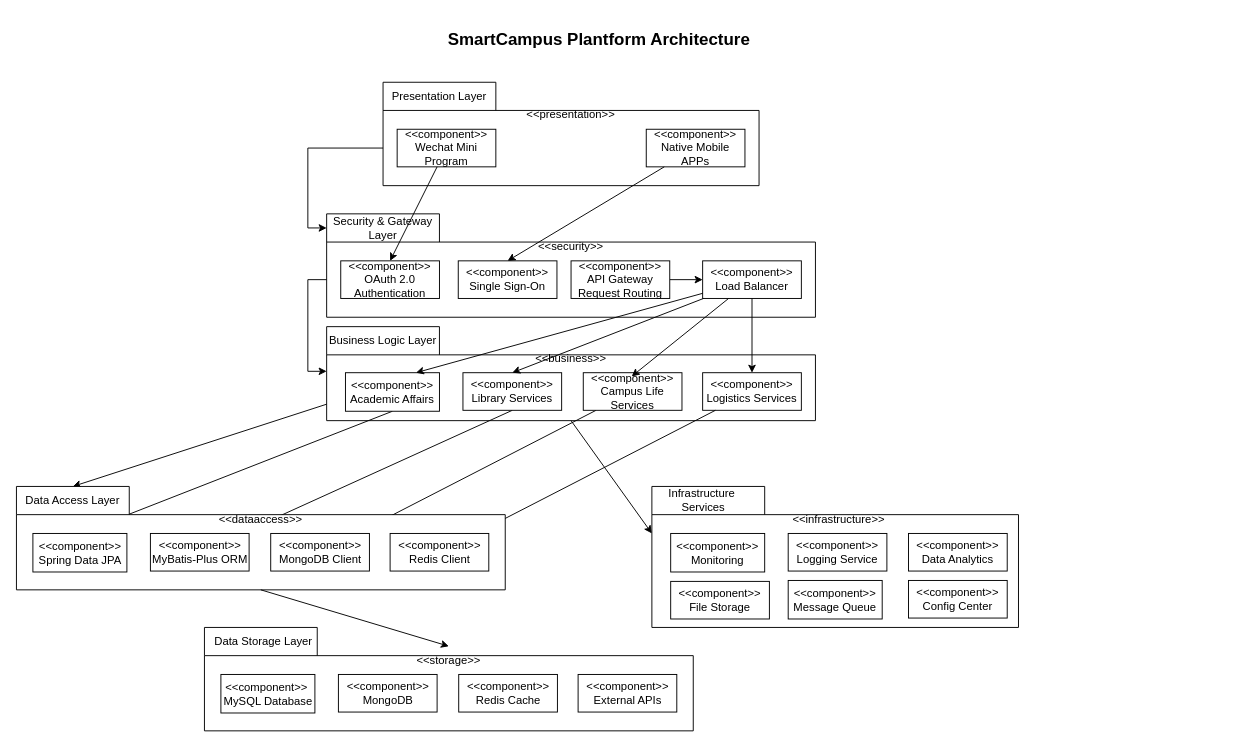
Earlier version of the draw.io diagram Assignment2/models/architecture_uml.drawio (qianlinnian/se_sad_project). Source tidied: cells renumbered, new cells numbered last; positions are measured from the earlier drawing's top-left corner, leaving out a move shared by most shapes. Both pictures are drawn from the tidied source at 94%, with x=0, y=0 at pixel (16, 16).
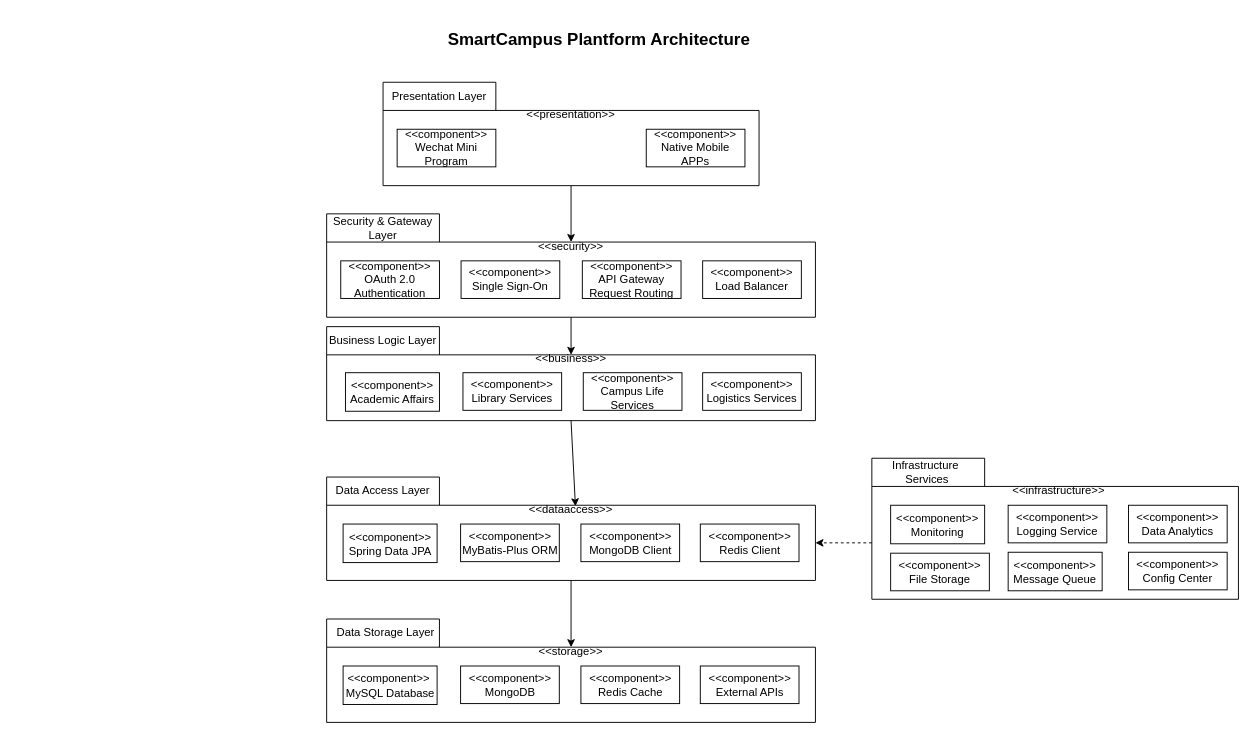
The same diagram, later.

Unchanged cells that the change refers to:
```xml
<mxCell id="2" style="shape=folder;fontStyle=1;spacingTop=10;tabWidth=120;tabHeight=30;tabPosition=left;html=1;whiteSpace=wrap;" parent="1" vertex="1">
  <mxGeometry x="330" y="330" width="520" height="100" as="geometry" />
</mxCell>
<mxCell id="5" style="shape=folder;fontStyle=1;spacingTop=10;tabWidth=120;tabHeight=30;tabPosition=left;html=1;whiteSpace=wrap;" parent="4" vertex="1">
  <mxGeometry width="400" height="110" as="geometry" />
</mxCell>
<mxCell id="8" value="&amp;lt;&amp;lt;component&amp;gt;&amp;gt;&lt;div&gt;Wechat Mini Program&lt;/div&gt;" style="rounded=0;whiteSpace=wrap;html=1;" parent="4" vertex="1">
  <mxGeometry x="15" y="50" width="105" height="40" as="geometry" />
</mxCell>
<mxCell id="9" value="&amp;lt;&amp;lt;component&amp;gt;&amp;gt;&lt;div&gt;Native Mobile APPs&lt;/div&gt;" style="rounded=0;whiteSpace=wrap;html=1;" parent="4" vertex="1">
  <mxGeometry x="280" y="50" width="105" height="40" as="geometry" />
</mxCell>
<mxCell id="10" style="group;" parent="1" vertex="1">
  <mxGeometry x="330" y="210" width="520" height="110" as="geometry" />
</mxCell>
<mxCell id="11" style="shape=folder;fontStyle=1;spacingTop=10;tabWidth=120;tabHeight=30;tabPosition=left;html=1;whiteSpace=wrap;" parent="10" vertex="1">
  <mxGeometry width="520" height="110" as="geometry" />
</mxCell>
<mxCell id="12" value="Security &amp;amp; Gateway Layer" style="text;html=1;whiteSpace=wrap;strokeColor=none;fillColor=none;align=center;verticalAlign=middle;rounded=0;" parent="10" vertex="1">
  <mxGeometry width="120" height="30" as="geometry" />
</mxCell>
<mxCell id="14" value="&amp;lt;&amp;lt;component&amp;gt;&amp;gt;&lt;div&gt;OAuth 2.0 Authentication&lt;/div&gt;" style="rounded=0;whiteSpace=wrap;html=1;" parent="10" vertex="1">
  <mxGeometry x="15" y="50" width="105" height="40" as="geometry" />
</mxCell>
<mxCell id="18" value="&amp;lt;&amp;lt;component&amp;gt;&amp;gt; Load Balancer" style="rounded=0;whiteSpace=wrap;html=1;" parent="10" vertex="1">
  <mxGeometry x="400" y="50" width="105" height="40" as="geometry" />
</mxCell>
<mxCell id="32" value="&amp;lt;&amp;lt;component&amp;gt;&amp;gt; Campus Life Services" style="rounded=0;whiteSpace=wrap;html=1;" parent="1" vertex="1">
  <mxGeometry x="603" y="379" width="105" height="40" as="geometry" />
</mxCell>
<mxCell id="34" value="&amp;lt;&amp;lt;component&amp;gt;&amp;gt;&lt;div&gt;Library Services&lt;/div&gt;" style="rounded=0;whiteSpace=wrap;html=1;" parent="1" vertex="1">
  <mxGeometry x="475" y="379" width="105" height="40" as="geometry" />
</mxCell>
<mxCell id="36" value="&amp;lt;&amp;lt;component&amp;gt;&amp;gt; Academic Affairs" style="rounded=0;whiteSpace=wrap;html=1;" parent="1" vertex="1">
  <mxGeometry x="350" y="379" width="100" height="41" as="geometry" />
</mxCell>
<mxCell id="49" style="shape=folder;fontStyle=1;spacingTop=10;tabWidth=120;tabHeight=30;tabPosition=left;html=1;whiteSpace=wrap;" parent="48" vertex="1">
  <mxGeometry width="520" height="110" as="geometry" />
</mxCell>
<mxCell id="50" value="Data Access Layer" style="text;html=1;whiteSpace=wrap;strokeColor=none;fillColor=none;align=center;verticalAlign=middle;rounded=0;" parent="48" vertex="1">
  <mxGeometry width="120" height="30" as="geometry" />
</mxCell>
<mxCell id="52" value="&amp;lt;&amp;lt;component&amp;gt;&amp;gt;&lt;br&gt;Redis Client" style="rounded=0;whiteSpace=wrap;html=1;" parent="48" vertex="1">
  <mxGeometry x="397.5" y="50" width="105" height="40" as="geometry" />
</mxCell>
<mxCell id="53" value="&amp;lt;&amp;lt;component&amp;gt;&amp;gt; MongoDB Client" style="rounded=0;whiteSpace=wrap;html=1;" parent="48" vertex="1">
  <mxGeometry x="270.5" y="50" width="105" height="40" as="geometry" />
</mxCell>
<mxCell id="54" value="&amp;lt;&amp;lt;component&amp;gt;&amp;gt;&lt;div&gt;MyBatis-Plus ORM&lt;/div&gt;" style="rounded=0;whiteSpace=wrap;html=1;" parent="48" vertex="1">
  <mxGeometry x="142.5" y="50" width="105" height="40" as="geometry" />
</mxCell>
<mxCell id="55" value="&amp;lt;&amp;lt;component&amp;gt;&amp;gt; Spring Data JPA" style="rounded=0;whiteSpace=wrap;html=1;" parent="48" vertex="1">
  <mxGeometry x="17.5" y="50" width="100" height="41" as="geometry" />
</mxCell>
```

What changed in the source:
```diff
@@
     <mxCell id="15" value="&amp;lt;&amp;lt;component&amp;gt;&amp;gt;&lt;div&gt;Single Sign-On&lt;/div&gt;" style="rounded=0;whiteSpace=wrap;html=1;" parent="10" vertex="1">
-      <mxGeometry x="140" y="50" width="105" height="40" as="geometry" />
+      <mxGeometry x="143" y="50" width="105" height="40" as="geometry" />
     </mxCell>
-    <mxCell id="16" style="edgeStyle=orthogonalEdgeStyle;rounded=0;jettySize=auto;html=1;exitX=1;exitY=0.5;exitDx=0;exitDy=0;entryX=0;entryY=0.5;entryDx=0;entryDy=0;" parent="10" edge="1" source="17" target="18">
-      <mxGeometry relative="1" as="geometry" />
-    </mxCell>
     <mxCell id="17" value="&amp;lt;&amp;lt;component&amp;gt;&amp;gt;&lt;div&gt;API Gateway Request Routing&lt;/div&gt;" style="rounded=0;whiteSpace=wrap;html=1;" parent="10" vertex="1">
-      <mxGeometry x="260" y="50" width="105" height="40" as="geometry" />
+      <mxGeometry x="272" y="50" width="105" height="40" as="geometry" />
     </mxCell>
@@
-    <mxCell id="19" style="group;" parent="1" vertex="1">
-      <mxGeometry x="330" y="330" width="600" height="110" as="geometry" />
-    </mxCell>
-    <mxCell id="20" value="Business Logic Layer" style="text;html=1;whiteSpace=wrap;strokeColor=none;fillColor=none;align=center;verticalAlign=middle;rounded=0;" parent="19" vertex="1">
-      <mxGeometry x="-30" width="180" height="30" as="geometry" />
-    </mxCell>
-    <mxCell id="21" value="&amp;lt;&amp;lt;business&amp;gt;&amp;gt;" style="text;html=1;whiteSpace=wrap;strokeColor=none;fillColor=none;align=center;verticalAlign=middle;rounded=0;" parent="19" vertex="1">
-      <mxGeometry y="19" width="520" height="30" as="geometry" />
-    </mxCell>
-    <mxCell id="22" value="&amp;lt;&amp;lt;component&amp;gt;&amp;gt;&lt;br&gt;Logistics Services" style="rounded=0;whiteSpace=wrap;html=1;" parent="19" vertex="1">
-      <mxGeometry x="400" y="49" width="105" height="40" as="geometry" />
-    </mxCell>
     <mxCell id="23" style="group;" parent="1" vertex="1">
-      <mxGeometry x="200" y="650" width="520" height="110" as="geometry" />
+      <mxGeometry x="330" y="641" width="520" height="110" as="geometry" />
     </mxCell>
@@
     <mxCell id="26" value="&amp;lt;&amp;lt;storage&amp;gt;&amp;gt;" style="text;html=1;whiteSpace=wrap;strokeColor=none;fillColor=none;align=center;verticalAlign=middle;rounded=0;" parent="23" vertex="1">
-      <mxGeometry y="20" width="520" height="30" as="geometry" />
+      <mxGeometry x="150" y="20" width="220" height="30" as="geometry" />
     </mxCell>
@@
-    <mxCell id="31" style="rounded=0;jettySize=auto;html=1;" parent="1" edge="1" source="32" target="53">
-      <mxGeometry relative="1" as="geometry" />
-    </mxCell>
@@
-    <mxCell id="33" style="rounded=0;jettySize=auto;html=1;exitX=0.5;exitY=1;exitDx=0;exitDy=0;" parent="1" edge="1" source="34" target="54">
-      <mxGeometry relative="1" as="geometry" />
-    </mxCell>
@@
-    <mxCell id="35" style="rounded=0;jettySize=auto;html=1;exitX=0.5;exitY=1;exitDx=0;exitDy=0;entryX=0.5;entryY=0;entryDx=0;entryDy=0;" parent="1" edge="1" source="36" target="55">
-      <mxGeometry relative="1" as="geometry" />
-    </mxCell>
@@
-    <mxCell id="37" style="rounded=0;jettySize=auto;html=1;entryX=0.5;entryY=0;entryDx=0;entryDy=0;" parent="1" edge="1" source="8" target="14">
-      <mxGeometry relative="1" as="geometry" />
-    </mxCell>
-    <mxCell id="38" style="rounded=0;jettySize=auto;html=1;entryX=0.5;entryY=0;entryDx=0;entryDy=0;" parent="1" edge="1" source="9" target="15">
-      <mxGeometry relative="1" as="geometry" />
-    </mxCell>
-    <mxCell id="39" style="edgeStyle=orthogonalEdgeStyle;rounded=0;jettySize=auto;html=1;exitX=0;exitY=0;exitDx=0;exitDy=70;entryX=0;entryY=0.5;entryDx=0;entryDy=0;exitPerimeter=0;" parent="1" edge="1" source="5" target="12">
-      <mxGeometry relative="1" as="geometry" />
+    <mxCell id="39" style="edgeStyle=orthogonalEdgeStyle;rounded=0;jettySize=auto;html=1;" parent="1" edge="1" source="5">
+      <mxGeometry relative="1" as="geometry">
+        <mxPoint x="590" y="240" as="targetPoint" />
+      </mxGeometry>
     </mxCell>
-    <mxCell id="40" style="edgeStyle=orthogonalEdgeStyle;rounded=0;jettySize=auto;html=1;entryX=0;entryY=0;entryDx=0;entryDy=47.5;entryPerimeter=0;exitX=0;exitY=0;exitDx=0;exitDy=70;exitPerimeter=0;" parent="1" edge="1" source="11" target="2">
-      <mxGeometry relative="1" as="geometry" />
+    <mxCell id="40" style="edgeStyle=orthogonalEdgeStyle;rounded=0;jettySize=auto;html=1;" parent="1" edge="1" source="11">
+      <mxGeometry relative="1" as="geometry">
+        <mxPoint x="590" y="360" as="targetPoint" />
+      </mxGeometry>
     </mxCell>
-    <mxCell id="41" style="rounded=0;jettySize=auto;html=1;entryX=0.5;entryY=0;entryDx=0;entryDy=0;exitX=0;exitY=0;exitDx=0;exitDy=82.5;exitPerimeter=0;" parent="1" edge="1" source="2" target="50">
+    <mxCell id="41" style="rounded=0;jettySize=auto;html=1;entryX=0.509;entryY=0.283;entryDx=0;entryDy=0;entryPerimeter=0;exitX=0.5;exitY=1;exitDx=0;exitDy=0;exitPerimeter=0;" parent="1" edge="1" source="2" target="49">
       <mxGeometry relative="1" as="geometry" />
     </mxCell>
-    <mxCell id="42" style="rounded=0;jettySize=auto;html=1;entryX=0;entryY=0;entryDx=0;entryDy=50;entryPerimeter=0;exitX=0.5;exitY=1;exitDx=0;exitDy=0;exitPerimeter=0;" parent="1" edge="1" source="2" target="57">
-      <mxGeometry relative="1" as="geometry" />
-    </mxCell>
-    <mxCell id="43" style="rounded=0;jettySize=auto;html=1;" parent="1" edge="1" source="22" target="52">
-      <mxGeometry relative="1" as="geometry" />
-    </mxCell>
-    <mxCell id="44" style="rounded=0;jettySize=auto;html=1;entryX=0.75;entryY=0;entryDx=0;entryDy=0;" parent="1" edge="1" source="18" target="36">
-      <mxGeometry relative="1" as="geometry" />
-    </mxCell>
-    <mxCell id="45" style="rounded=0;jettySize=auto;html=1;entryX=0.5;entryY=0;entryDx=0;entryDy=0;" parent="1" edge="1" source="18" target="34">
-      <mxGeometry relative="1" as="geometry" />
-    </mxCell>
-    <mxCell id="46" style="rounded=0;jettySize=auto;html=1;entryX=0.624;entryY=1.131;entryDx=0;entryDy=0;entryPerimeter=0;" parent="1" edge="1" source="18" target="21">
-      <mxGeometry relative="1" as="geometry" />
-    </mxCell>
-    <mxCell id="47" style="rounded=0;jettySize=auto;html=1;" parent="1" edge="1" source="18" target="22">
-      <mxGeometry relative="1" as="geometry" />
-    </mxCell>
     <mxCell id="48" style="group;" parent="1" vertex="1">
-      <mxGeometry y="500" width="520" height="110" as="geometry" />
+      <mxGeometry x="330" y="490" width="520" height="110" as="geometry" />
     </mxCell>
@@
-    <mxCell id="56" style="rounded=0;jettySize=auto;html=1;exitX=0.5;exitY=1;exitDx=0;exitDy=0;exitPerimeter=0;entryX=0.5;entryY=0;entryDx=0;entryDy=0;" parent="1" edge="1" source="49" target="26">
-      <mxGeometry relative="1" as="geometry" />
+    <mxCell id="56" style="rounded=0;jettySize=auto;html=1;exitX=0.5;exitY=1;exitDx=0;exitDy=0;exitPerimeter=0;" parent="1" edge="1" source="49">
+      <mxGeometry relative="1" as="geometry">
+        <mxPoint x="590" y="671" as="targetPoint" />
+      </mxGeometry>
     </mxCell>
     <mxCell id="57" style="shape=folder;fontStyle=1;spacingTop=10;tabWidth=120;tabHeight=30;tabPosition=left;html=1;whiteSpace=wrap;" parent="1" vertex="1">
-      <mxGeometry x="676" y="500" width="390" height="150" as="geometry" />
+      <mxGeometry x="910" y="470" width="390" height="150" as="geometry" />
     </mxCell>
     <mxCell id="58" value="Infrastructure&amp;nbsp;&lt;div&gt;Services&lt;/div&gt;" style="text;html=1;whiteSpace=wrap;strokeColor=none;fillColor=none;align=center;verticalAlign=middle;rounded=0;" parent="1" vertex="1">
-      <mxGeometry x="596" y="500" width="270" height="30" as="geometry" />
+      <mxGeometry x="914" y="470" width="110" height="30" as="geometry" />
     </mxCell>
     <mxCell id="59" value="&amp;lt;&amp;lt;infrastructure&amp;gt;&amp;gt;" style="text;html=1;whiteSpace=wrap;strokeColor=none;fillColor=none;align=center;verticalAlign=middle;rounded=0;" parent="1" vertex="1">
-      <mxGeometry x="680" y="520" width="390" height="30" as="geometry" />
+      <mxGeometry x="914" y="490" width="390" height="30" as="geometry" />
     </mxCell>
     <mxCell id="60" value="&amp;lt;&amp;lt;component&amp;gt;&amp;gt;&lt;br&gt;File Storage" style="rounded=0;whiteSpace=wrap;html=1;" parent="1" vertex="1">
-      <mxGeometry x="696" y="601" width="105" height="40" as="geometry" />
+      <mxGeometry x="930" y="571" width="105" height="40" as="geometry" />
     </mxCell>
     <mxCell id="61" value="&amp;lt;&amp;lt;component&amp;gt;&amp;gt; Data Analytics" style="rounded=0;whiteSpace=wrap;html=1;" parent="1" vertex="1">
-      <mxGeometry x="949" y="550" width="105" height="40" as="geometry" />
+      <mxGeometry x="1183" y="520" width="105" height="40" as="geometry" />
     </mxCell>
     <mxCell id="62" value="&amp;lt;&amp;lt;component&amp;gt;&amp;gt;&lt;div&gt;Logging Service&lt;/div&gt;" style="rounded=0;whiteSpace=wrap;html=1;" parent="1" vertex="1">
-      <mxGeometry x="821" y="550" width="105" height="40" as="geometry" />
+      <mxGeometry x="1055" y="520" width="105" height="40" as="geometry" />
     </mxCell>
     <mxCell id="63" value="&amp;lt;&amp;lt;component&amp;gt;&amp;gt; Monitoring" style="rounded=0;whiteSpace=wrap;html=1;" parent="1" vertex="1">
-      <mxGeometry x="696" y="550" width="100" height="41" as="geometry" />
+      <mxGeometry x="930" y="520" width="100" height="41" as="geometry" />
     </mxCell>
     <mxCell id="64" value="&amp;lt;&amp;lt;component&amp;gt;&amp;gt; Config Center" style="rounded=0;whiteSpace=wrap;html=1;" parent="1" vertex="1">
-      <mxGeometry x="949" y="600" width="105" height="40" as="geometry" />
+      <mxGeometry x="1183" y="570" width="105" height="40" as="geometry" />
     </mxCell>
     <mxCell id="65" value="&amp;lt;&amp;lt;component&amp;gt;&amp;gt; Message Queue" style="rounded=0;whiteSpace=wrap;html=1;" parent="1" vertex="1">
-      <mxGeometry x="821" y="600" width="100" height="41" as="geometry" />
+      <mxGeometry x="1055" y="570" width="100" height="41" as="geometry" />
     </mxCell>
+    <mxCell id="20" value="Business Logic Layer" style="text;html=1;whiteSpace=wrap;strokeColor=none;fillColor=none;align=center;verticalAlign=middle;rounded=0;" parent="1" vertex="1">
+      <mxGeometry x="330" y="330" width="120" height="30" as="geometry" />
+    </mxCell>
+    <mxCell id="21" value="&amp;lt;&amp;lt;business&amp;gt;&amp;gt;" style="text;html=1;whiteSpace=wrap;strokeColor=none;fillColor=none;align=center;verticalAlign=middle;rounded=0;" parent="1" vertex="1">
+      <mxGeometry x="470" y="349" width="240" height="30" as="geometry" />
+    </mxCell>
+    <mxCell id="22" value="&amp;lt;&amp;lt;component&amp;gt;&amp;gt;&lt;br&gt;Logistics Services" style="rounded=0;whiteSpace=wrap;html=1;" parent="1" vertex="1">
+      <mxGeometry x="730" y="379" width="105" height="40" as="geometry" />
+    </mxCell>
+    <mxCell id="66" style="edgeStyle=none;html=1;exitX=0;exitY=0;exitDx=0;exitDy=90;exitPerimeter=0;entryX=0;entryY=0;entryDx=520;entryDy=70;entryPerimeter=0;dashed=1;" parent="1" edge="1" source="57" target="49">
+      <mxGeometry relative="1" as="geometry" />
+    </mxCell>
```
